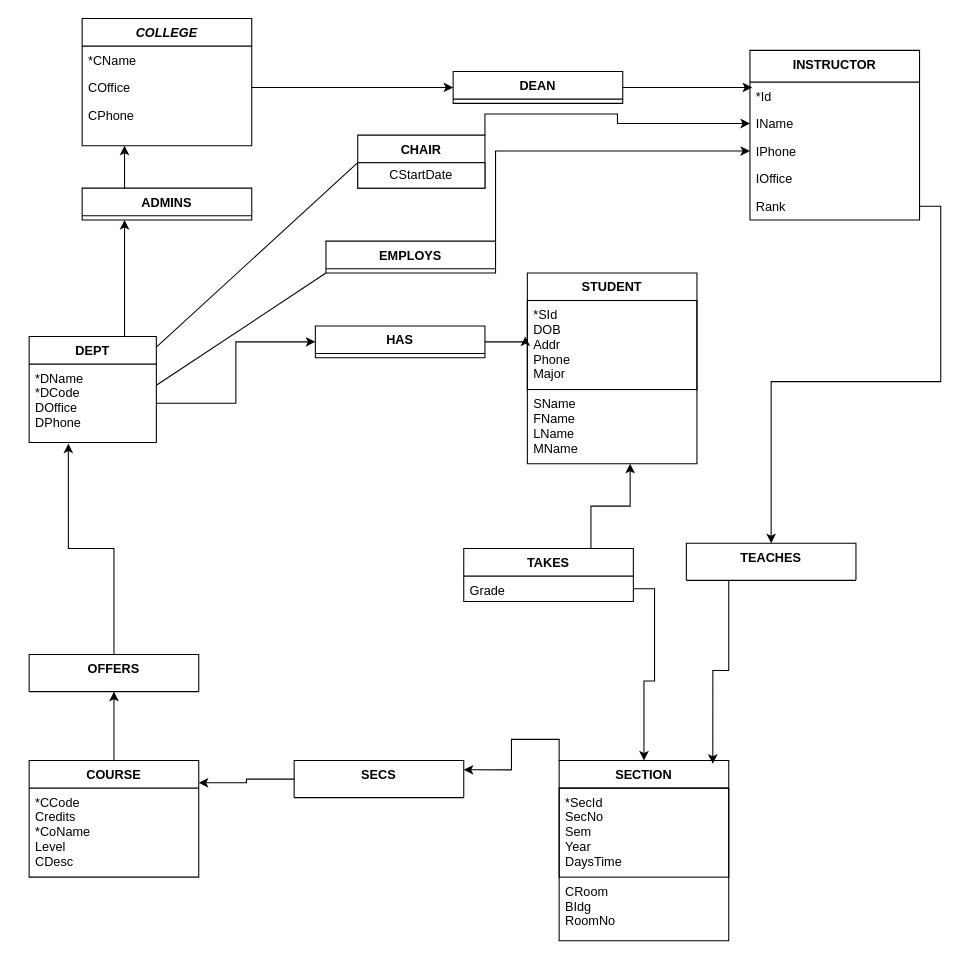
The draw.io diagram 3_1_TH.drawio in Thiendeptrai169/RTW-ITMC, before the edit. Source tidied: cells renumbered, new cells numbered last; positions are measured from the earlier drawing's top-left corner, leaving out a move shared by most shapes. Both pictures are drawn from the tidied source at 106%, with x=0, y=0 at pixel (29, 18).
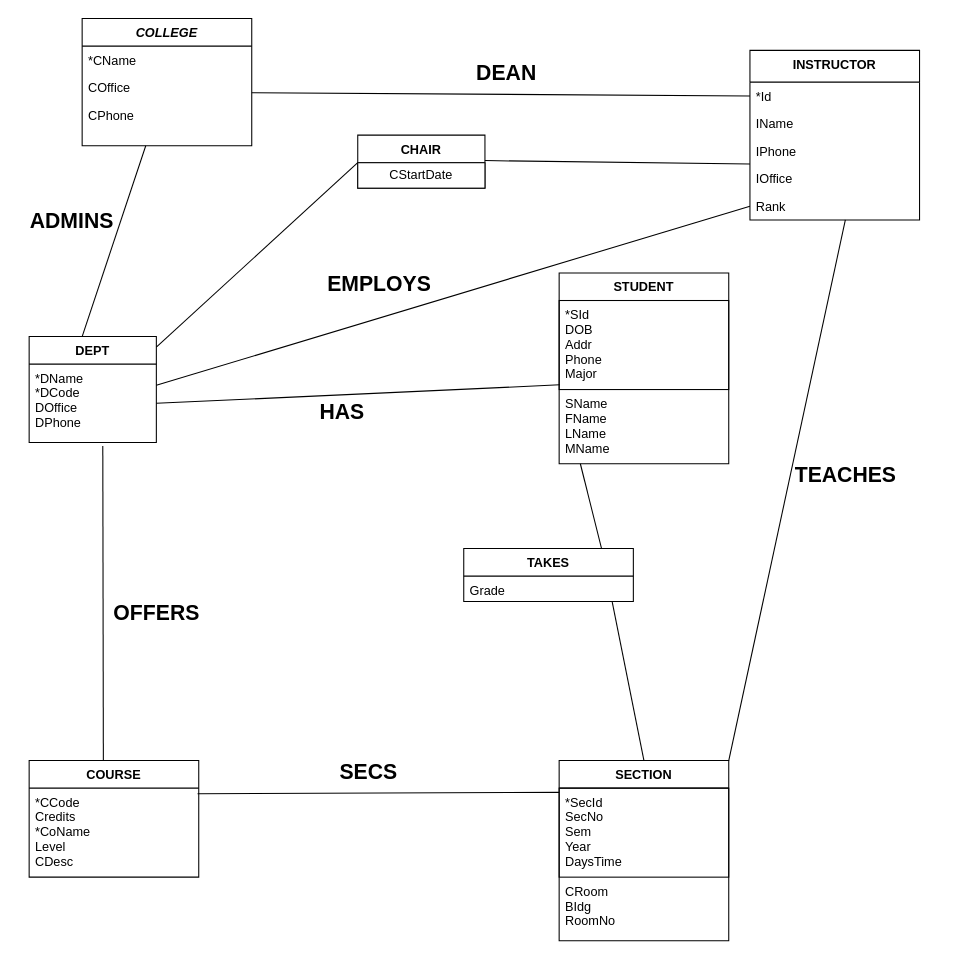
After the change.

Unchanged cells that the change refers to:
```xml
<mxCell id="2" value="COLLEGE" style="swimlane;fontStyle=3;align=center;verticalAlign=top;horizontal=1;startSize=26;rounded=0;shadow=0;strokeWidth=1;" parent="1" vertex="1">
  <mxGeometry x="50" width="160" height="120" as="geometry" />
</mxCell>
<mxCell id="4" value="COffice" style="text;align=left;verticalAlign=top;spacingLeft=4;spacingRight=4;overflow=hidden;points=[[0,0.5],[1,0.5]];portConstraint=eastwest;" parent="2" vertex="1">
  <mxGeometry y="52" width="160" height="26" as="geometry" />
</mxCell>
<mxCell id="6" value="TAKES" style="swimlane;fontStyle=1;align=center;verticalAlign=top;horizontal=1;startSize=26;rounded=0;shadow=0;strokeWidth=1;" parent="1" vertex="1">
  <mxGeometry x="410" y="500" width="160" height="50" as="geometry" />
</mxCell>
<mxCell id="7" value="Grade" style="text;align=left;verticalAlign=top;spacingLeft=4;spacingRight=4;overflow=hidden;points=[[0,0.5],[1,0.5]];portConstraint=eastwest;" parent="6" vertex="1">
  <mxGeometry y="26" width="160" height="24" as="geometry" />
</mxCell>
<mxCell id="12" value="*SId&#10;DOB&#10;Addr&#10;Phone&#10;Major" style="text;align=left;verticalAlign=top;spacingLeft=4;spacingRight=4;overflow=hidden;points=[[0,0.5],[1,0.5]];portConstraint=eastwest;strokeColor=default;" parent="11" vertex="1">
  <mxGeometry y="26" width="160" height="84" as="geometry" />
</mxCell>
<mxCell id="13" value="SName&#10;FName&#10;LName&#10;MName" style="text;align=left;verticalAlign=top;spacingLeft=4;spacingRight=4;overflow=hidden;points=[[0,0.5],[1,0.5]];portConstraint=eastwest;" parent="11" vertex="1">
  <mxGeometry y="110" width="160" height="70" as="geometry" />
</mxCell>
<mxCell id="15" value="*Id" style="text;align=left;verticalAlign=top;spacingLeft=4;spacingRight=4;overflow=hidden;points=[[0,0.5],[1,0.5]];portConstraint=eastwest;" parent="14" vertex="1">
  <mxGeometry y="30" width="160" height="26" as="geometry" />
</mxCell>
<mxCell id="16" value="IName" style="text;align=left;verticalAlign=top;spacingLeft=4;spacingRight=4;overflow=hidden;points=[[0,0.5],[1,0.5]];portConstraint=eastwest;" parent="14" vertex="1">
  <mxGeometry y="56" width="160" height="26" as="geometry" />
</mxCell>
<mxCell id="17" value="IPhone" style="text;align=left;verticalAlign=top;spacingLeft=4;spacingRight=4;overflow=hidden;points=[[0,0.5],[1,0.5]];portConstraint=eastwest;" parent="14" vertex="1">
  <mxGeometry y="82" width="160" height="26" as="geometry" />
</mxCell>
<mxCell id="19" value="Rank" style="text;align=left;verticalAlign=top;spacingLeft=4;spacingRight=4;overflow=hidden;points=[[0,0.5],[1,0.5]];portConstraint=eastwest;" parent="14" vertex="1">
  <mxGeometry y="134" width="160" height="26" as="geometry" />
</mxCell>
<mxCell id="21" value="CHAIR" style="swimlane;fontStyle=1;align=center;verticalAlign=top;horizontal=1;startSize=26;rounded=0;shadow=0;strokeWidth=1;" parent="1" vertex="1">
  <mxGeometry x="310" y="110" width="120" height="50" as="geometry" />
</mxCell>
<mxCell id="25" value="SECTION" style="swimlane;fontStyle=1;align=center;verticalAlign=top;horizontal=1;startSize=26;rounded=0;shadow=0;strokeWidth=1;" parent="1" vertex="1">
  <mxGeometry x="500" y="700" width="160" height="170" as="geometry" />
</mxCell>
<mxCell id="30" value="DEPT" style="swimlane;fontStyle=1;align=center;verticalAlign=top;horizontal=1;startSize=26;rounded=0;shadow=0;strokeWidth=1;" parent="1" vertex="1">
  <mxGeometry y="300" width="120" height="100" as="geometry" />
</mxCell>
<mxCell id="31" value="*DName&#10;*DCode&#10;DOffice&#10;DPhone" style="text;align=left;verticalAlign=top;spacingLeft=4;spacingRight=4;overflow=hidden;points=[[0,0.5],[1,0.5]];portConstraint=eastwest;" parent="30" vertex="1">
  <mxGeometry y="26" width="120" height="74" as="geometry" />
</mxCell>
<mxCell id="36" value="COURSE" style="swimlane;fontStyle=1;align=center;verticalAlign=top;horizontal=1;startSize=26;rounded=0;shadow=0;strokeWidth=1;" parent="1" vertex="1">
  <mxGeometry y="700" width="160" height="110" as="geometry" />
</mxCell>
<mxCell id="37" value="*CCode&#10;Credits&#10;*CoName&#10;Level&#10;CDesc" style="text;align=left;verticalAlign=top;spacingLeft=4;spacingRight=4;overflow=hidden;points=[[0,0.5],[1,0.5]];portConstraint=eastwest;" parent="36" vertex="1">
  <mxGeometry y="26" width="160" height="84" as="geometry" />
</mxCell>
```

What changed in the source:
```diff
@@
-    <mxCell id="8" value="DEAN" style="swimlane;fontStyle=1;align=center;verticalAlign=top;horizontal=1;startSize=26;rounded=0;shadow=0;strokeWidth=1;" parent="1" vertex="1">
-      <mxGeometry x="400" y="50" width="160" height="30" as="geometry" />
-    </mxCell>
-    <mxCell id="9" style="edgeStyle=orthogonalEdgeStyle;rounded=0;jettySize=auto;html=1;exitX=1;exitY=0;exitDx=0;exitDy=0;entryX=0;entryY=0.5;entryDx=0;entryDy=0;" parent="1" edge="1" source="10" target="17">
-      <mxGeometry relative="1" as="geometry" />
-    </mxCell>
-    <mxCell id="10" value="EMPLOYS" style="swimlane;fontStyle=1;align=center;verticalAlign=top;horizontal=1;startSize=26;rounded=0;shadow=0;strokeWidth=1;" parent="1" vertex="1">
-      <mxGeometry x="280" y="210" width="160" height="30" as="geometry" />
-    </mxCell>
     <mxCell id="11" value="STUDENT" style="swimlane;fontStyle=1;align=center;verticalAlign=top;horizontal=1;startSize=26;rounded=0;shadow=0;strokeWidth=1;" parent="1" vertex="1">
-      <mxGeometry x="470" y="240" width="160" height="180" as="geometry" />
+      <mxGeometry x="500" y="240" width="160" height="180" as="geometry" />
     </mxCell>
@@
-    <mxCell id="20" style="edgeStyle=orthogonalEdgeStyle;rounded=0;jettySize=auto;html=1;exitX=1;exitY=0;exitDx=0;exitDy=0;entryX=0;entryY=0.5;entryDx=0;entryDy=0;" parent="1" edge="1" source="21" target="16">
-      <mxGeometry relative="1" as="geometry" />
-    </mxCell>
@@
-    <mxCell id="23" value="TEACHES" style="swimlane;fontStyle=1;align=center;verticalAlign=top;horizontal=1;startSize=40;rounded=0;shadow=0;strokeWidth=1;swimlaneLine=1;fillColor=default;strokeColor=default;" parent="1" vertex="1">
-      <mxGeometry x="620" y="495" width="160" height="35" as="geometry" />
-    </mxCell>
-    <mxCell id="24" style="edgeStyle=orthogonalEdgeStyle;rounded=0;jettySize=auto;html=1;exitX=0;exitY=0;exitDx=0;exitDy=0;entryX=1;entryY=0.25;entryDx=0;entryDy=0;" parent="1" edge="1" source="25" target="34">
-      <mxGeometry relative="1" as="geometry" />
-    </mxCell>
@@
-    <mxCell id="28" value="HAS" style="swimlane;fontStyle=1;align=center;verticalAlign=top;horizontal=1;startSize=26;rounded=0;shadow=0;strokeWidth=1;" parent="1" vertex="1">
-      <mxGeometry x="270" y="290" width="160" height="30" as="geometry" />
-    </mxCell>
-    <mxCell id="29" style="edgeStyle=orthogonalEdgeStyle;rounded=0;jettySize=auto;html=1;exitX=0.75;exitY=0;exitDx=0;exitDy=0;entryX=0.25;entryY=1;entryDx=0;entryDy=0;" parent="1" edge="1" source="30" target="33">
-      <mxGeometry relative="1" as="geometry" />
-    </mxCell>
@@
-    <mxCell id="32" style="edgeStyle=orthogonalEdgeStyle;rounded=0;jettySize=auto;html=1;exitX=0.25;exitY=0;exitDx=0;exitDy=0;entryX=0.25;entryY=1;entryDx=0;entryDy=0;" parent="1" edge="1" source="33" target="2">
-      <mxGeometry relative="1" as="geometry" />
-    </mxCell>
-    <mxCell id="33" value="ADMINS" style="swimlane;fontStyle=1;align=center;verticalAlign=top;horizontal=1;startSize=26;rounded=0;shadow=0;strokeWidth=1;" parent="1" vertex="1">
-      <mxGeometry x="50" y="160" width="160" height="30" as="geometry" />
-    </mxCell>
-    <mxCell id="34" value="SECS" style="swimlane;fontStyle=1;align=center;verticalAlign=top;horizontal=1;startSize=40;rounded=0;shadow=0;strokeWidth=1;swimlaneLine=1;fillColor=default;strokeColor=default;" parent="1" vertex="1">
-      <mxGeometry x="250" y="700" width="160" height="35" as="geometry" />
-    </mxCell>
-    <mxCell id="35" style="edgeStyle=orthogonalEdgeStyle;rounded=0;jettySize=auto;html=1;exitX=0.5;exitY=0;exitDx=0;exitDy=0;entryX=0.5;entryY=1;entryDx=0;entryDy=0;" parent="1" edge="1" source="36" target="38">
-      <mxGeometry relative="1" as="geometry" />
-    </mxCell>
@@
-    <mxCell id="38" value="OFFERS" style="swimlane;fontStyle=1;align=center;verticalAlign=top;horizontal=1;startSize=40;rounded=0;shadow=0;strokeWidth=1;swimlaneLine=1;fillColor=default;strokeColor=default;" parent="1" vertex="1">
-      <mxGeometry y="600" width="160" height="35" as="geometry" />
-    </mxCell>
-    <mxCell id="39" style="edgeStyle=orthogonalEdgeStyle;rounded=0;jettySize=auto;html=1;exitX=1;exitY=0.5;exitDx=0;exitDy=0;" parent="1" edge="1" source="4" target="8">
-      <mxGeometry relative="1" as="geometry" />
-    </mxCell>
-    <mxCell id="40" style="edgeStyle=orthogonalEdgeStyle;rounded=0;jettySize=auto;html=1;exitX=1;exitY=0.5;exitDx=0;exitDy=0;entryX=0.013;entryY=0.192;entryDx=0;entryDy=0;entryPerimeter=0;" parent="1" edge="1" source="8" target="15">
-      <mxGeometry relative="1" as="geometry" />
-    </mxCell>
-    <mxCell id="41" style="edgeStyle=orthogonalEdgeStyle;rounded=0;jettySize=auto;html=1;exitX=1;exitY=0.5;exitDx=0;exitDy=0;entryX=0.5;entryY=0;entryDx=0;entryDy=0;" parent="1" edge="1" source="19" target="23">
-      <mxGeometry relative="1" as="geometry" />
-    </mxCell>
-    <mxCell id="42" style="edgeStyle=orthogonalEdgeStyle;rounded=0;jettySize=auto;html=1;exitX=0.25;exitY=1;exitDx=0;exitDy=0;entryX=0.906;entryY=0.018;entryDx=0;entryDy=0;entryPerimeter=0;" parent="1" edge="1" source="23" target="25">
-      <mxGeometry relative="1" as="geometry" />
-    </mxCell>
-    <mxCell id="43" style="edgeStyle=orthogonalEdgeStyle;rounded=0;jettySize=auto;html=1;exitX=0;exitY=0.5;exitDx=0;exitDy=0;entryX=1;entryY=0.191;entryDx=0;entryDy=0;entryPerimeter=0;" parent="1" edge="1" source="34" target="36">
-      <mxGeometry relative="1" as="geometry" />
-    </mxCell>
-    <mxCell id="44" style="edgeStyle=orthogonalEdgeStyle;rounded=0;jettySize=auto;html=1;exitX=0.5;exitY=0;exitDx=0;exitDy=0;entryX=0.308;entryY=1.014;entryDx=0;entryDy=0;entryPerimeter=0;" parent="1" edge="1" source="38" target="31">
-      <mxGeometry relative="1" as="geometry" />
-    </mxCell>
-    <mxCell id="45" style="edgeStyle=orthogonalEdgeStyle;rounded=0;jettySize=auto;html=1;exitX=1;exitY=0.5;exitDx=0;exitDy=0;entryX=-0.012;entryY=0.405;entryDx=0;entryDy=0;entryPerimeter=0;" parent="1" edge="1" source="28" target="12">
-      <mxGeometry relative="1" as="geometry" />
-    </mxCell>
-    <mxCell id="46" style="edgeStyle=orthogonalEdgeStyle;rounded=0;jettySize=auto;html=1;exitX=1;exitY=0.5;exitDx=0;exitDy=0;entryX=0;entryY=0.5;entryDx=0;entryDy=0;" parent="1" edge="1" source="31" target="28">
-      <mxGeometry relative="1" as="geometry" />
-    </mxCell>
-    <mxCell id="47" style="edgeStyle=orthogonalEdgeStyle;rounded=0;jettySize=auto;html=1;exitX=0.75;exitY=0;exitDx=0;exitDy=0;entryX=0.606;entryY=1;entryDx=0;entryDy=0;entryPerimeter=0;" parent="1" edge="1" source="6" target="13">
-      <mxGeometry relative="1" as="geometry" />
-    </mxCell>
-    <mxCell id="48" style="edgeStyle=orthogonalEdgeStyle;rounded=0;jettySize=auto;html=1;exitX=1;exitY=0.5;exitDx=0;exitDy=0;entryX=0.5;entryY=0;entryDx=0;entryDy=0;" parent="1" edge="1" source="7" target="25">
-      <mxGeometry relative="1" as="geometry" />
-    </mxCell>
@@
-    <mxCell id="50" style="endArrow=none;html=1;rounded=0;entryX=0;entryY=1;entryDx=0;entryDy=0;exitX=1;exitY=0.27;exitDx=0;exitDy=0;exitPerimeter=0;" parent="1" edge="1" source="31" target="10">
+    <mxCell id="50" style="endArrow=none;html=1;rounded=0;entryX=0;entryY=0.5;entryDx=0;entryDy=0;exitX=1;exitY=0.27;exitDx=0;exitDy=0;exitPerimeter=0;" parent="1" edge="1" source="31" target="19">
       <mxGeometry relative="1" as="geometry" />
     </mxCell>
+    <mxCell id="51" style="endArrow=none;html=1;rounded=0;exitX=1;exitY=0;exitDx=0;exitDy=0;" parent="1" edge="1" source="25">
+      <mxGeometry relative="1" as="geometry">
+        <mxPoint x="770" y="190" as="targetPoint" />
+      </mxGeometry>
+    </mxCell>
+    <mxCell id="23" value="&lt;font style=&quot;font-size: 20px;&quot;&gt;TEACHES&lt;/font&gt;" style="text;html=1;align=center;verticalAlign=middle;points=[];strokeColor=none;fillColor=none;fontStyle=1;" parent="1" vertex="1">
+      <mxGeometry x="710" y="410" width="120" height="40" as="geometry" />
+    </mxCell>
+    <mxCell id="52" style="endArrow=none;html=1;rounded=0;exitX=0.5;exitY=0;exitDx=0;exitDy=0;" parent="1" edge="1" source="25">
+      <mxGeometry relative="1" as="geometry">
+        <mxPoint x="550" y="550" as="targetPoint" />
+      </mxGeometry>
+    </mxCell>
+    <mxCell id="53" style="endArrow=none;html=1;rounded=0;exitX=1;exitY=0.5;exitDx=0;exitDy=0;entryX=0.004;entryY=0.947;entryDx=0;entryDy=0;entryPerimeter=0;" parent="1" edge="1" source="31" target="12">
+      <mxGeometry relative="1" as="geometry" />
+    </mxCell>
+    <mxCell id="28" value="&lt;b&gt;&lt;font style=&quot;font-size: 20px;&quot;&gt;HAS&lt;/font&gt;&lt;/b&gt;" style="text;html=1;align=center;verticalAlign=middle;points=[];strokeColor=none;fillColor=none;" parent="1" vertex="1">
+      <mxGeometry x="260" y="350" width="70" height="40" as="geometry" />
+    </mxCell>
+    <mxCell id="54" style="endArrow=none;html=1;rounded=0;" parent="1" edge="1">
+      <mxGeometry relative="1" as="geometry">
+        <mxPoint x="50" y="300" as="sourcePoint" />
+        <mxPoint x="110" y="120" as="targetPoint" />
+      </mxGeometry>
+    </mxCell>
+    <mxCell id="33" value="&lt;b&gt;&lt;font style=&quot;font-size: 20px;&quot;&gt;ADMINS&lt;/font&gt;&lt;/b&gt;" style="text;html=1;align=center;verticalAlign=middle;points=[];strokeColor=none;fillColor=none;" parent="1" vertex="1">
+      <mxGeometry x="-10" y="170" width="100" height="40" as="geometry" />
+    </mxCell>
+    <mxCell id="55" style="endArrow=none;html=1;rounded=0;entryX=0;entryY=0.5;entryDx=0;entryDy=0;" parent="1" edge="1" target="15">
+      <mxGeometry relative="1" as="geometry">
+        <mxPoint x="210" y="70" as="sourcePoint" />
+      </mxGeometry>
+    </mxCell>
+    <mxCell id="8" value="&lt;b&gt;&lt;font style=&quot;font-size: 20px;&quot;&gt;DEAN&lt;/font&gt;&lt;/b&gt;" style="text;html=1;align=center;verticalAlign=middle;points=[];strokeColor=none;fillColor=none;" parent="1" vertex="1">
+      <mxGeometry x="410" y="30" width="80" height="40" as="geometry" />
+    </mxCell>
+    <mxCell id="56" style="endArrow=none;html=1;rounded=0;entryX=0;entryY=0.973;entryDx=0;entryDy=0;entryPerimeter=0;" parent="1" edge="1" target="17">
+      <mxGeometry relative="1" as="geometry">
+        <mxPoint x="430" y="134" as="sourcePoint" />
+      </mxGeometry>
+    </mxCell>
+    <mxCell id="10" value="&lt;b&gt;&lt;font style=&quot;font-size: 20px;&quot;&gt;EMPLOYS&lt;/font&gt;&lt;/b&gt;" style="text;html=1;align=center;verticalAlign=middle;points=[];strokeColor=none;fillColor=none;" parent="1" vertex="1">
+      <mxGeometry x="270" y="230" width="120" height="40" as="geometry" />
+    </mxCell>
+    <mxCell id="57" style="endArrow=none;html=1;rounded=0;exitX=0.993;exitY=0.064;exitDx=0;exitDy=0;exitPerimeter=0;" parent="1" edge="1" source="37">
+      <mxGeometry relative="1" as="geometry">
+        <mxPoint x="500" y="730" as="targetPoint" />
+      </mxGeometry>
+    </mxCell>
+    <mxCell id="34" value="&lt;b&gt;&lt;font style=&quot;font-size: 20px;&quot;&gt;SECS&lt;/font&gt;&lt;/b&gt;" style="text;html=1;align=center;verticalAlign=middle;points=[];strokeColor=none;fillColor=none;" parent="1" vertex="1">
+      <mxGeometry x="280" y="690" width="80" height="40" as="geometry" />
+    </mxCell>
+    <mxCell id="58" style="endArrow=none;html=1;rounded=0;entryX=0.579;entryY=1.043;entryDx=0;entryDy=0;entryPerimeter=0;" parent="1" edge="1" target="31">
+      <mxGeometry relative="1" as="geometry">
+        <mxPoint x="70" y="700" as="sourcePoint" />
+      </mxGeometry>
+    </mxCell>
+    <mxCell id="38" value="&lt;b&gt;&lt;font style=&quot;font-size: 20px;&quot;&gt;OFFERS&lt;/font&gt;&lt;/b&gt;" style="text;html=1;align=center;verticalAlign=middle;points=[];strokeColor=none;fillColor=none;" parent="1" vertex="1">
+      <mxGeometry x="70" y="540" width="100" height="40" as="geometry" />
+    </mxCell>
+    <mxCell id="59" style="endArrow=none;html=1;rounded=0;" parent="1" edge="1">
+      <mxGeometry relative="1" as="geometry">
+        <mxPoint x="540" y="500" as="sourcePoint" />
+        <mxPoint x="520" y="420" as="targetPoint" />
+      </mxGeometry>
+    </mxCell>
```
